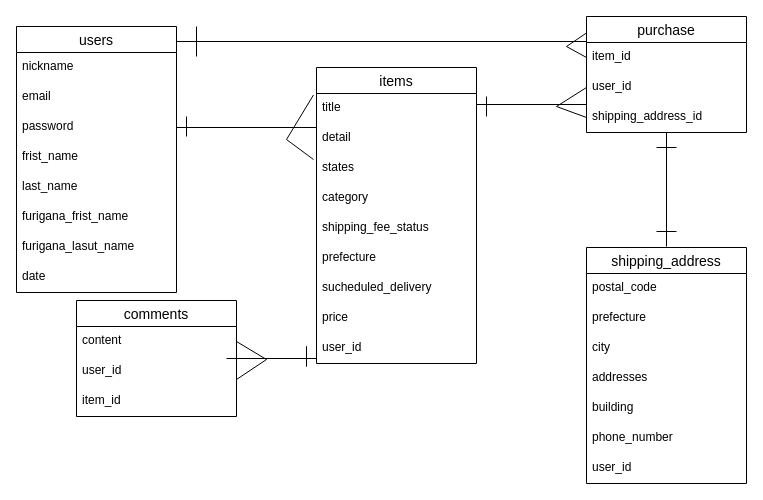
kumaboie/furima-41372 keeps this draw.io diagram as test.dio. Above is the earlier version. Source tidied: cells renumbered, new cells numbered last; positions are measured from the earlier drawing's top-left corner, leaving out a move shared by most shapes. Both pictures are drawn from the tidied source at 100%, with x=0, y=0 at pixel (16, 16).
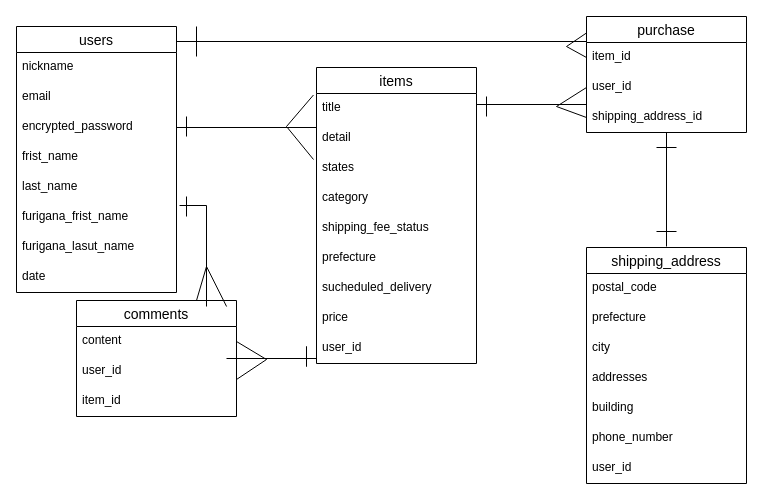
Above is the later version.

Commit message (it also covers changes not shown here):
パスワード名を変更しました

The change refers to these unchanged cells:
```xml
<mxCell id="2" value="users" style="swimlane;fontStyle=0;horizontal=1;startSize=26;align=center;fontSize=14;" parent="1" vertex="1">
  <mxGeometry y="10" width="160" height="266" as="geometry" />
</mxCell>
<mxCell id="8" value="furigana_frist_name" style="text;strokeColor=none;fillColor=none;spacingLeft=4;spacingRight=4;overflow=hidden;points=[[0,0.5],[1,0.5]];portConstraint=eastwest;fontSize=12;" parent="2" vertex="1">
  <mxGeometry y="176" width="160" height="30" as="geometry" />
</mxCell>
<mxCell id="11" value="items" style="swimlane;fontStyle=0;horizontal=1;startSize=26;align=center;fontSize=14;" parent="1" vertex="1">
  <mxGeometry x="300" y="51" width="160" height="296" as="geometry" />
</mxCell>
<mxCell id="12" value="title" style="text;strokeColor=none;fillColor=none;spacingLeft=4;spacingRight=4;overflow=hidden;points=[[0,0.5],[1,0.5]];portConstraint=eastwest;fontSize=12;" parent="11" vertex="1">
  <mxGeometry y="26" width="160" height="30" as="geometry" />
</mxCell>
<mxCell id="37" value="comments" style="swimlane;fontStyle=0;horizontal=1;startSize=26;align=center;fontSize=14;" parent="1" vertex="1">
  <mxGeometry x="60" y="284" width="160" height="116" as="geometry" />
</mxCell>
```

Change to the diagram source:
```diff
@@
-    <mxCell id="5" value="password" style="text;strokeColor=none;fillColor=none;spacingLeft=4;spacingRight=4;overflow=hidden;fontSize=12;" parent="2" vertex="1">
+    <mxCell id="5" value="encrypted_password" style="text;strokeColor=none;fillColor=none;spacingLeft=4;spacingRight=4;overflow=hidden;fontSize=12;" parent="2" vertex="1">
       <mxGeometry y="86" width="160" height="30" as="geometry" />
     </mxCell>
@@
     <mxCell id="21" style="endArrow=none;html=1;rounded=0;exitX=-0.019;exitY=0.05;exitDx=0;exitDy=0;exitPerimeter=0;" parent="11" edge="1" source="12">
       <mxGeometry relative="1" as="geometry">
         <mxPoint x="-3" y="92" as="targetPoint" />
         <Array as="points">
-          <mxPoint x="-30" y="72" />
+          <mxPoint x="-30" y="59" />
         </Array>
       </mxGeometry>
     </mxCell>
@@
+    <mxCell id="52" style="endArrow=none;html=1;rounded=0;exitX=1.019;exitY=0.1;exitDx=0;exitDy=0;exitPerimeter=0;" parent="1" edge="1" source="8">
+      <mxGeometry relative="1" as="geometry">
+        <mxPoint x="190" y="290" as="targetPoint" />
+        <Array as="points">
+          <mxPoint x="190" y="189" />
+        </Array>
+      </mxGeometry>
+    </mxCell>
+    <mxCell id="53" style="endArrow=none;html=1;rounded=0;" parent="1" edge="1">
+      <mxGeometry relative="1" as="geometry">
+        <mxPoint x="170" y="180" as="sourcePoint" />
+        <mxPoint x="170" y="200" as="targetPoint" />
+      </mxGeometry>
+    </mxCell>
+    <mxCell id="54" style="endArrow=none;html=1;rounded=0;exitX=0.75;exitY=0;exitDx=0;exitDy=0;entryX=0.938;entryY=0.052;entryDx=0;entryDy=0;entryPerimeter=0;" parent="1" edge="1" source="37" target="37">
+      <mxGeometry relative="1" as="geometry">
+        <Array as="points">
+          <mxPoint x="190" y="250" />
+        </Array>
+      </mxGeometry>
+    </mxCell>
```
